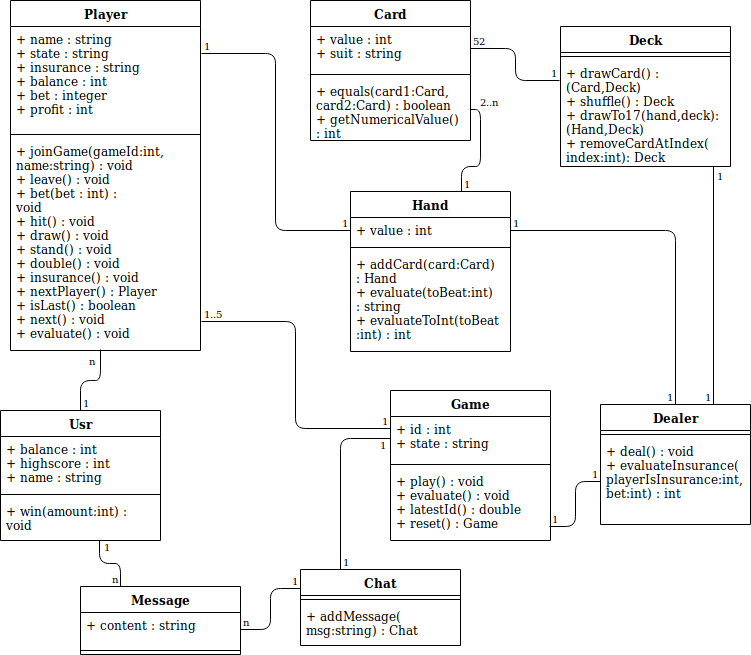
The draw.io diagram documentation/diagrams/UML.png in danielmeint/xml, before a commit. Source tidied: cells renumbered, new cells last; positions are measured from the earlier drawing's top-left corner, leaving out a move shared by most shapes.
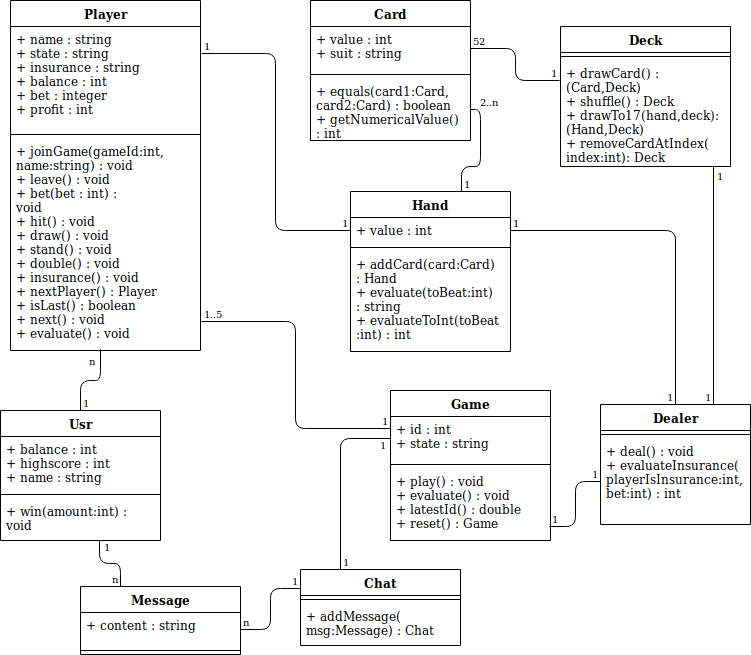
Later version of the same file.

Commit message:
Message in UML in Chat Class and added source file for draw.io

What changed in the source:
```diff
@@ -144,7 +144,7 @@
     <mxCell id="47" style="line;strokeWidth=1;fillColor=none;align=left;verticalAlign=middle;spacingTop=-1;spacingLeft=3;spacingRight=3;labelPosition=right;" parent="46" vertex="1">
       <mxGeometry y="26" width="160" height="8" as="geometry" />
     </mxCell>
-    <mxCell id="48" value="+ addMessage(&#10;msg:string) : Chat" style="text;strokeColor=none;fillColor=none;align=left;verticalAlign=top;spacingLeft=4;spacingRight=4;overflow=hidden;" parent="46" vertex="1">
+    <mxCell id="48" value="+ addMessage(&#10;msg:Message) : Chat" style="text;strokeColor=none;fillColor=none;align=left;verticalAlign=top;spacingLeft=4;spacingRight=4;overflow=hidden;" parent="46" vertex="1">
       <mxGeometry y="34" width="160" height="42" as="geometry" />
     </mxCell>
     <mxCell id="49" style="endArrow=none;html=1;edgeStyle=orthogonalEdgeStyle;exitX=0.694;exitY=0;exitDx=0;exitDy=0;exitPerimeter=0;entryX=1;entryY=0.5;entryDx=0;entryDy=0;" parent="1" edge="1" source="19" target="35">
```
